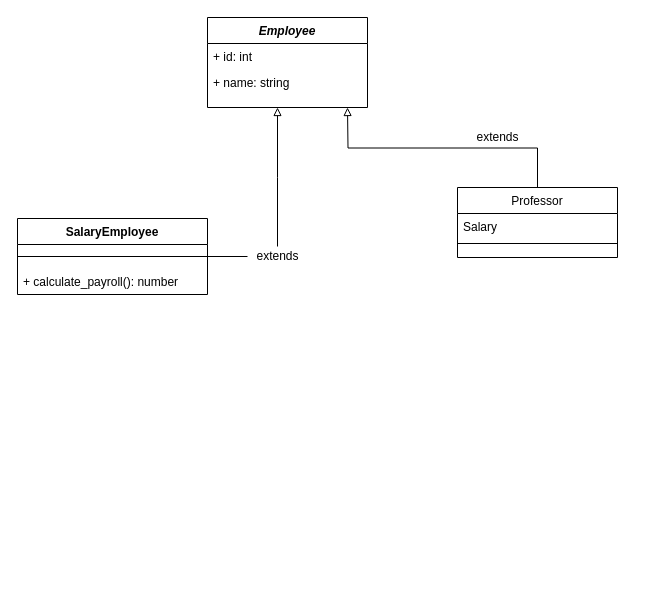
Above: Untitled Diagram.drawio in ShadAh-17/JPMorgan-Chase-Co.-virtual-internship (draw.io), before the change. Source tidied: cells renumbered, new cells numbered last; positions are measured from the earlier drawing's top-left corner, leaving out a move shared by most shapes. Both pictures are drawn from the tidied source at 100%, with x=0, y=0 at pixel (17, 17).
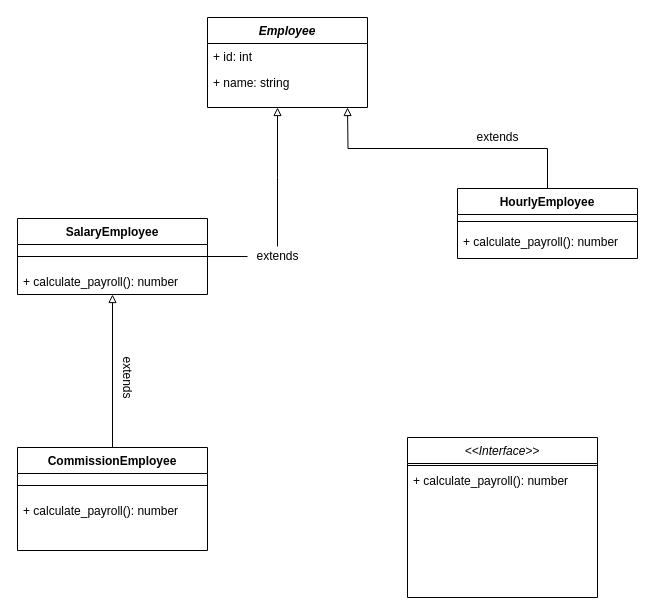
After the change.

Unchanged cells that the change refers to:
```xml
<mxCell id="6" value="SalaryEmployee" style="swimlane;fontStyle=1;align=center;verticalAlign=top;horizontal=1;startSize=26;rounded=0;shadow=0;strokeWidth=1;" parent="1" vertex="1">
  <mxGeometry y="201" width="190" height="76" as="geometry" />
</mxCell>
```

Diff of the diagram source:
```diff
@@
-    <mxCell id="10" value="Professor" style="swimlane;fontStyle=0;align=center;verticalAlign=top;horizontal=1;startSize=26;rounded=0;shadow=0;strokeWidth=1;" parent="1" vertex="1">
-      <mxGeometry x="440" y="170" width="160" height="70" as="geometry" />
+    <mxCell id="10" value="HourlyEmployee" style="swimlane;fontStyle=1;align=center;verticalAlign=top;horizontal=1;startSize=26;rounded=0;shadow=0;strokeWidth=1;" parent="1" vertex="1">
+      <mxGeometry x="440" y="171" width="180" height="70" as="geometry" />
     </mxCell>
-    <mxCell id="11" value="Salary" style="text;align=left;verticalAlign=top;spacingLeft=4;spacingRight=4;overflow=hidden;" parent="10" vertex="1">
-      <mxGeometry y="26" width="160" height="26" as="geometry" />
-    </mxCell>
     <mxCell id="12" style="line;html=1;strokeWidth=1;align=left;verticalAlign=middle;spacingTop=-1;spacingLeft=3;spacingRight=3;labelPosition=right;" parent="10" vertex="1">
-      <mxGeometry y="52" width="160" height="8" as="geometry" />
+      <mxGeometry y="26" width="180" height="14" as="geometry" />
     </mxCell>
+    <mxCell id="16" value="+ calculate_payroll(): number" style="text;align=left;verticalAlign=top;spacingLeft=4;spacingRight=4;overflow=hidden;fontStyle=0;" parent="10" vertex="1">
+      <mxGeometry y="40" width="180" height="20" as="geometry" />
+    </mxCell>
@@
+    <mxCell id="17" style="edgeStyle=orthogonalEdgeStyle;rounded=0;jettySize=auto;html=1;exitX=0.5;exitY=0;exitDx=0;exitDy=0;entryX=0.5;entryY=1;entryDx=0;entryDy=0;endArrow=block;endFill=0;strokeWidth=1;" parent="1" edge="1" source="18" target="6">
+      <mxGeometry relative="1" as="geometry" />
+    </mxCell>
+    <mxCell id="18" value="CommissionEmployee" style="swimlane;fontStyle=1;align=center;verticalAlign=top;horizontal=1;startSize=26;rounded=0;shadow=0;strokeWidth=1;" parent="1" vertex="1">
+      <mxGeometry y="430" width="190" height="103" as="geometry" />
+    </mxCell>
+    <mxCell id="19" style="line;html=1;strokeWidth=1;align=left;verticalAlign=middle;spacingTop=-1;spacingLeft=3;spacingRight=3;labelPosition=right;" parent="18" vertex="1">
+      <mxGeometry y="26" width="190" height="24" as="geometry" />
+    </mxCell>
+    <mxCell id="20" value="+ calculate_payroll(): number" style="text;align=left;verticalAlign=top;spacingLeft=4;spacingRight=4;overflow=hidden;fontStyle=0;" parent="18" vertex="1">
+      <mxGeometry y="50" width="190" height="20" as="geometry" />
+    </mxCell>
+    <mxCell id="21" value="extends" style="text;html=1;align=center;verticalAlign=middle;strokeColor=none;fillColor=none;rotation=90;" parent="1" vertex="1">
+      <mxGeometry x="80" y="350" width="60" height="20" as="geometry" />
+    </mxCell>
+    <mxCell id="22" value="&lt;&lt;Interface&gt;&gt;" style="swimlane;fontStyle=2;align=center;verticalAlign=top;horizontal=1;startSize=26;rounded=0;shadow=0;strokeWidth=1;" parent="1" vertex="1">
+      <mxGeometry x="390" y="420" width="190" height="160" as="geometry" />
+    </mxCell>
+    <mxCell id="23" style="line;html=1;strokeWidth=1;align=left;verticalAlign=middle;spacingTop=-1;spacingLeft=3;spacingRight=3;labelPosition=right;" parent="22" vertex="1">
+      <mxGeometry y="26" width="190" height="4" as="geometry" />
+    </mxCell>
+    <mxCell id="24" value="+ calculate_payroll(): number" style="text;align=left;verticalAlign=top;spacingLeft=4;spacingRight=4;overflow=hidden;fontStyle=0;" parent="22" vertex="1">
+      <mxGeometry y="30" width="190" height="90" as="geometry" />
+    </mxCell>
```
